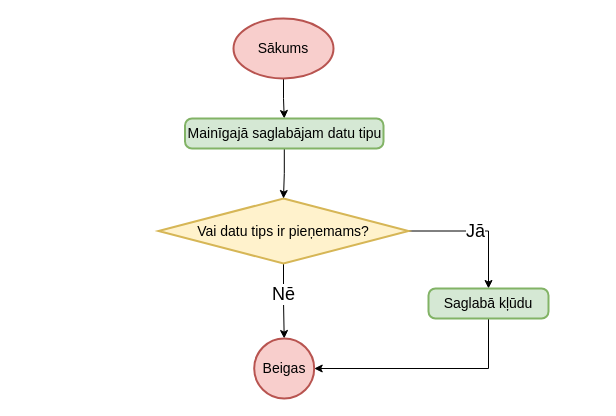
artiks12/webAppOS keeps this draw.io diagram as page "Lauka/Argumenta datu tipa kompilesana" (3 of 5) of src/Kvalifikacijas darbs/Diagrammas/Kompilators/Lauki un mainīgie.drawio. Above is the earlier version. Source tidied: cells renumbered, new cells numbered last; positions are measured from the earlier drawing's top-left corner, leaving out a move shared by most shapes. Both pictures are drawn from the tidied source at 100%, with x=0, y=0 at pixel (158, 18).
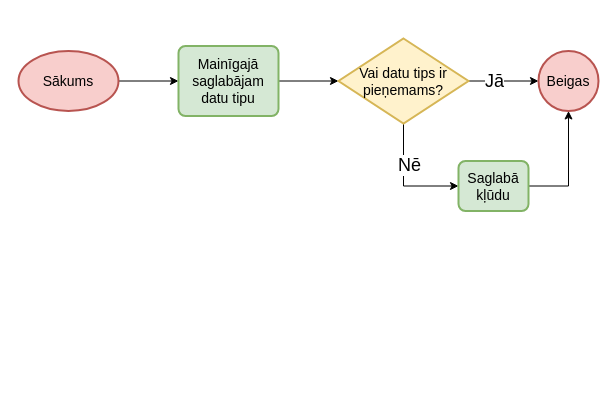
After the change.

Diff of the diagram source:
```diff
@@
 <mxGraphModel>
   <root>
     <mxCell id="0" />
     <mxCell id="1" parent="0" />
-    <mxCell id="2" style="edgeStyle=orthogonalEdgeStyle;rounded=0;jettySize=auto;html=1;entryX=0.5;entryY=0;entryDx=0;entryDy=0;" parent="1" edge="1" source="3" target="10">
+    <mxCell id="2" style="edgeStyle=orthogonalEdgeStyle;rounded=0;jettySize=auto;html=1;entryX=0;entryY=0.5;entryDx=0;entryDy=0;" parent="1" edge="1" source="3" target="10">
       <mxGeometry relative="1" as="geometry" />
     </mxCell>
     <mxCell id="3" value="Sākums" style="strokeWidth=2;html=1;shape=mxgraph.flowchart.start_1;whiteSpace=wrap;fontSize=14;fillColor=#f8cecc;strokeColor=#b85450;" parent="1" vertex="1">
-      <mxGeometry x="75" width="100" height="60" as="geometry" />
+      <mxGeometry x="-140" y="32.5" width="100" height="60" as="geometry" />
     </mxCell>
+    <mxCell id="9" style="edgeStyle=orthogonalEdgeStyle;rounded=0;jettySize=auto;html=1;entryX=0;entryY=0.5;entryDx=0;entryDy=0;entryPerimeter=0;" parent="1" edge="1" source="10" target="8">
+      <mxGeometry relative="1" as="geometry" />
+    </mxCell>
+    <mxCell id="10" value="Mainīgajā saglabājam datu tipu" style="rounded=1;whiteSpace=wrap;html=1;absoluteArcSize=1;arcSize=14;strokeWidth=2;fontSize=14;fillColor=#d5e8d4;strokeColor=#82b366;" parent="1" vertex="1">
+      <mxGeometry x="20" y="27.5" width="100" height="70" as="geometry" />
+    </mxCell>
+    <mxCell id="6" style="edgeStyle=orthogonalEdgeStyle;rounded=0;jettySize=auto;html=1;entryX=0;entryY=0.5;entryDx=0;entryDy=0;entryPerimeter=0;" parent="1" edge="1" source="8" target="13">
+      <mxGeometry relative="1" as="geometry" />
+    </mxCell>
+    <mxCell id="5" value="Jā" style="edgeLabel;html=1;align=center;verticalAlign=middle;fontSize=18;" parent="6" vertex="1">
+      <mxGeometry x="0.29" y="-1" relative="1" as="geometry">
+        <mxPoint x="-20" y="-1" as="offset" />
+      </mxGeometry>
+    </mxCell>
-    <mxCell id="4" style="edgeStyle=orthogonalEdgeStyle;rounded=0;jettySize=auto;html=1;exitX=1;exitY=0.5;exitDx=0;exitDy=0;exitPerimeter=0;entryX=0.5;entryY=0;entryDx=0;entryDy=0;" parent="1" edge="1" source="8" target="12">
-      <mxGeometry relative="1" as="geometry">
-        <Array as="points">
-          <mxPoint x="330" y="213" />
-        </Array>
-      </mxGeometry>
+    <mxCell id="4" style="edgeStyle=orthogonalEdgeStyle;rounded=0;jettySize=auto;html=1;entryX=0;entryY=0.5;entryDx=0;entryDy=0;exitX=0.5;exitY=1;exitDx=0;exitDy=0;exitPerimeter=0;" parent="1" edge="1" source="8" target="12">
+      <mxGeometry relative="1" as="geometry" />
     </mxCell>
-    <mxCell id="5" value="&lt;font style=&quot;font-size: 18px&quot;&gt;Jā&lt;/font&gt;" style="edgeLabel;html=1;align=center;verticalAlign=middle;" parent="4" vertex="1">
-      <mxGeometry x="-0.07" y="1" relative="1" as="geometry">
-        <mxPoint x="2" y="1" as="offset" />
-      </mxGeometry>
-    </mxCell>
-    <mxCell id="6" style="edgeStyle=orthogonalEdgeStyle;rounded=0;jettySize=auto;html=1;entryX=0.5;entryY=0;entryDx=0;entryDy=0;exitX=0.5;exitY=1;exitDx=0;exitDy=0;exitPerimeter=0;entryPerimeter=0;" parent="1" edge="1" source="8" target="13">
-      <mxGeometry relative="1" as="geometry" />
-    </mxCell>
-    <mxCell id="7" value="&lt;font style=&quot;font-size: 18px&quot;&gt;Nē&lt;/font&gt;" style="edgeLabel;html=1;align=center;verticalAlign=middle;" parent="6" vertex="1">
-      <mxGeometry x="-0.31" y="-2" relative="1" as="geometry">
-        <mxPoint x="1" y="4" as="offset" />
-      </mxGeometry>
+    <mxCell id="7" value="&lt;font style=&quot;font-size: 18px&quot;&gt;Nē&lt;/font&gt;" style="edgeLabel;html=1;align=center;verticalAlign=middle;" parent="4" vertex="1">
+      <mxGeometry x="-0.3" y="5" relative="1" as="geometry" />
     </mxCell>
     <mxCell id="8" value="Vai datu tips ir pieņemams?" style="strokeWidth=2;html=1;shape=mxgraph.flowchart.decision;whiteSpace=wrap;fontSize=14;fillColor=#fff2cc;strokeColor=#d6b656;" parent="1" vertex="1">
-      <mxGeometry y="180" width="250" height="65" as="geometry" />
+      <mxGeometry x="180" y="20" width="130" height="85" as="geometry" />
     </mxCell>
-    <mxCell id="9" style="edgeStyle=orthogonalEdgeStyle;rounded=0;jettySize=auto;html=1;entryX=0.5;entryY=0;entryDx=0;entryDy=0;fontSize=18;entryPerimeter=0;" parent="1" edge="1" source="10" target="8">
-      <mxGeometry relative="1" as="geometry" />
-    </mxCell>
-    <mxCell id="10" value="Mainīgajā saglabājam datu tipu" style="rounded=1;whiteSpace=wrap;html=1;absoluteArcSize=1;arcSize=14;strokeWidth=2;fontSize=14;fillColor=#d5e8d4;strokeColor=#82b366;" parent="1" vertex="1">
-      <mxGeometry x="26.5" y="100" width="198.5" height="30" as="geometry" />
-    </mxCell>
+    <mxCell id="13" value="Beigas" style="strokeWidth=2;html=1;shape=mxgraph.flowchart.start_2;whiteSpace=wrap;fontSize=14;fillColor=#f8cecc;strokeColor=#b85450;" parent="1" vertex="1">
+      <mxGeometry x="380" y="32.5" width="60" height="60" as="geometry" />
+    </mxCell>
-    <mxCell id="11" style="edgeStyle=orthogonalEdgeStyle;rounded=0;jettySize=auto;html=1;entryX=1;entryY=0.5;entryDx=0;entryDy=0;entryPerimeter=0;exitX=0.5;exitY=1;exitDx=0;exitDy=0;" parent="1" edge="1" source="12" target="13">
-      <mxGeometry relative="1" as="geometry">
-        <Array as="points">
-          <mxPoint x="330" y="350" />
-        </Array>
-      </mxGeometry>
+    <mxCell id="11" style="edgeStyle=orthogonalEdgeStyle;rounded=0;jettySize=auto;html=1;entryX=0.5;entryY=1;entryDx=0;entryDy=0;entryPerimeter=0;" parent="1" edge="1" source="12" target="13">
+      <mxGeometry relative="1" as="geometry" />
     </mxCell>
     <mxCell id="12" value="Saglabā kļūdu" style="rounded=1;whiteSpace=wrap;html=1;absoluteArcSize=1;arcSize=14;strokeWidth=2;fontSize=14;fillColor=#d5e8d4;strokeColor=#82b366;" parent="1" vertex="1">
-      <mxGeometry x="270" y="270" width="120" height="30" as="geometry" />
+      <mxGeometry x="300" y="142.5" width="70" height="50" as="geometry" />
     </mxCell>
-    <mxCell id="13" value="Beigas" style="strokeWidth=2;html=1;shape=mxgraph.flowchart.start_2;whiteSpace=wrap;fontSize=14;fillColor=#f8cecc;strokeColor=#b85450;" parent="1" vertex="1">
-      <mxGeometry x="95.7" y="320" width="60" height="60" as="geometry" />
-    </mxCell>
   </root>
 </mxGraphModel>
```
